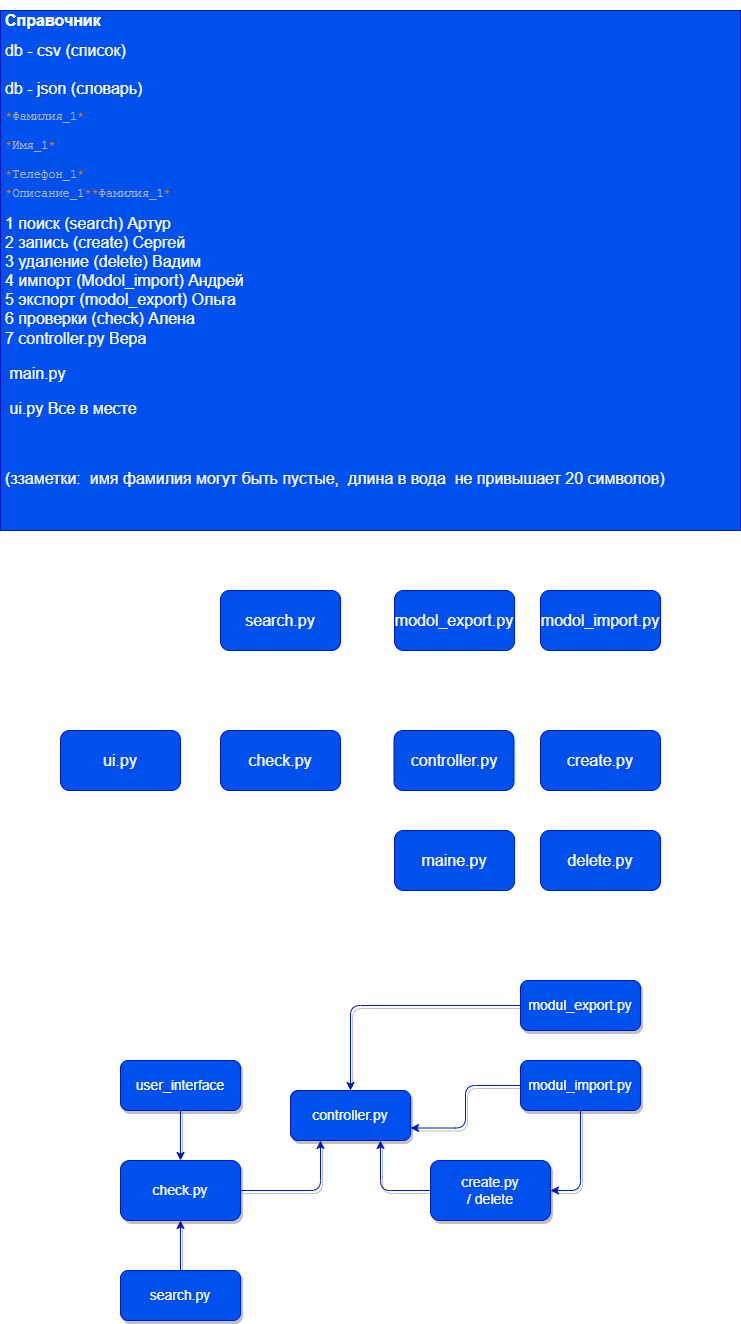
The draw.io diagram Spravochnik.png in GrafanyS/phone_directory, before a commit. Source tidied: cells renumbered, new cells last; positions are measured from the earlier drawing's top-left corner, leaving out a move shared by most shapes.
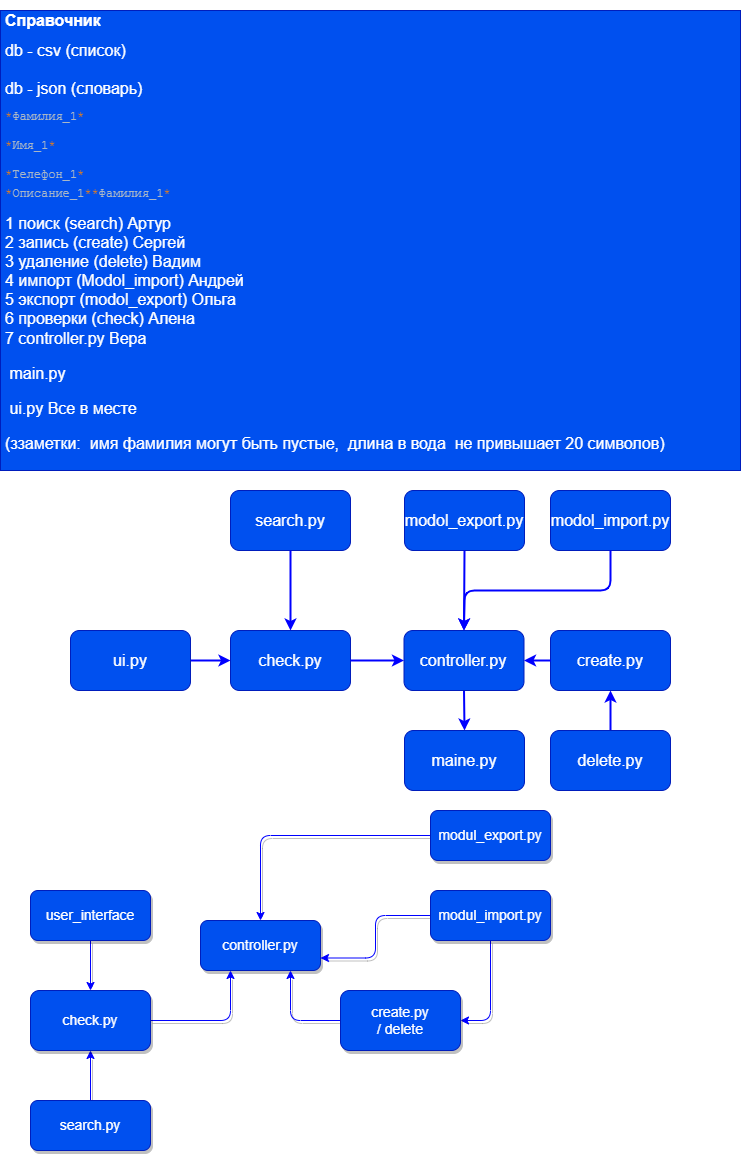
Later version of the same file.

Change to the diagram source:
```diff
@@ -1,9 +1,9 @@
-<mxGraphModel>
+<mxGraphModel background="#ffffff">
   <root>
     <mxCell id="0" />
     <mxCell id="1" parent="0" />
-    <mxCell id="2" value="&lt;h1 style=&quot;font-size: 16px&quot;&gt;&lt;font style=&quot;font-size: 16px&quot;&gt;Справочник&lt;/font&gt;&lt;/h1&gt;&lt;div&gt;&lt;font style=&quot;font-size: 16px&quot;&gt;db - csv (список)&lt;/font&gt;&lt;/div&gt;&lt;div&gt;&lt;font style=&quot;font-size: 16px&quot;&gt;&lt;br&gt;&lt;/font&gt;&lt;/div&gt;&lt;div&gt;&lt;font style=&quot;font-size: 16px&quot;&gt;db - json (словарь)&amp;nbsp;&lt;/font&gt;&lt;/div&gt;&lt;pre style=&quot;color: rgb(169 , 183 , 198) ; font-family: &amp;#34;jetbrains mono&amp;#34; , monospace&quot;&gt;&lt;span style=&quot;color: #cc7832&quot;&gt;*&lt;/span&gt;Фамилия_1&lt;span style=&quot;color: #cc7832&quot;&gt;*&lt;br&gt;&lt;/span&gt;&lt;span style=&quot;color: #cc7832&quot;&gt;&lt;br&gt;&lt;/span&gt;&lt;span style=&quot;color: #cc7832&quot;&gt;*&lt;/span&gt;Имя_1&lt;span style=&quot;color: #cc7832&quot;&gt;*&lt;br&gt;&lt;/span&gt;&lt;span style=&quot;color: #cc7832&quot;&gt;&lt;br&gt;&lt;/span&gt;&lt;span style=&quot;color: #cc7832&quot;&gt;*&lt;/span&gt;Телефон_1&lt;span style=&quot;color: #cc7832&quot;&gt;*&lt;br&gt;&lt;/span&gt;&lt;font style=&quot;color: rgb(240 , 240 , 240) ; font-family: &amp;#34;helvetica&amp;#34; ; white-space: normal ; font-size: 16px&quot;&gt;&lt;span style=&quot;font-family: &amp;#34;jetbrains mono&amp;#34; , monospace ; font-size: 12px ; color: rgb(204 , 120 , 50)&quot;&gt;*&lt;/span&gt;&lt;span style=&quot;color: rgb(169 , 183 , 198) ; font-family: &amp;#34;jetbrains mono&amp;#34; , monospace ; font-size: 12px&quot;&gt;Описание_1&lt;/span&gt;&lt;span style=&quot;font-family: &amp;#34;jetbrains mono&amp;#34; , monospace ; font-size: 12px ; color: rgb(204 , 120 , 50)&quot;&gt;*&lt;/span&gt;&lt;/font&gt;&lt;span style=&quot;white-space: normal ; color: rgb(204 , 120 , 50)&quot;&gt;*&lt;/span&gt;&lt;span style=&quot;white-space: normal&quot;&gt;Фамилия_1&lt;/span&gt;&lt;span style=&quot;white-space: normal ; color: rgb(204 , 120 , 50)&quot;&gt;*&lt;/span&gt;&lt;/pre&gt;&lt;div&gt;&lt;font style=&quot;font-size: 16px&quot;&gt;1 поиск (search) Артур&lt;/font&gt;&lt;/div&gt;&lt;div&gt;&lt;font style=&quot;font-size: 16px&quot;&gt;2 запись (create) Сергей&lt;/font&gt;&lt;/div&gt;&lt;div&gt;&lt;font style=&quot;font-size: 16px&quot;&gt;3 удаление (delete) Вадим&lt;/font&gt;&lt;/div&gt;&lt;div&gt;&lt;font style=&quot;font-size: 16px&quot;&gt;4 импорт (Modol_import) Андрей&lt;/font&gt;&lt;/div&gt;&lt;div&gt;&lt;font style=&quot;font-size: 16px&quot;&gt;5 экспорт (modol_export) Ольга&lt;/font&gt;&lt;/div&gt;&lt;div&gt;&lt;font style=&quot;font-size: 16px&quot;&gt;6 проверки (check) Алена&lt;/font&gt;&lt;/div&gt;&lt;div&gt;&lt;font style=&quot;font-size: 16px&quot;&gt;7&lt;/font&gt;&lt;span style=&quot;font-size: 16px&quot;&gt;&amp;nbsp;controller.py Вера&lt;/span&gt;&lt;/div&gt;&lt;p style=&quot;font-size: 16px&quot;&gt;&lt;font style=&quot;font-size: 16px&quot;&gt;&amp;nbsp;main.py&amp;nbsp;&lt;/font&gt;&lt;/p&gt;&lt;p style=&quot;font-size: 16px&quot;&gt;&lt;font style=&quot;font-size: 16px&quot;&gt;&amp;nbsp;ui.py Все в месте&lt;/font&gt;&lt;/p&gt;&lt;p style=&quot;font-size: 16px&quot;&gt;&lt;br&gt;&lt;/p&gt;&lt;p style=&quot;font-size: 16px&quot;&gt;(ззаметки:&amp;nbsp; имя фамилия могут быть пустые,&amp;nbsp; длина в вода&amp;nbsp; не привышает 20 символов)&lt;/p&gt;" style="text;html=1;strokeColor=#001DBC;fillColor=#0050ef;spacing=5;spacingTop=-20;whiteSpace=wrap;overflow=hidden;rounded=0;fontColor=#ffffff;" parent="1" vertex="1">
-      <mxGeometry width="740" height="520" as="geometry" />
+    <mxCell id="2" value="&lt;h1 style=&quot;font-size: 16px&quot;&gt;&lt;font style=&quot;font-size: 16px&quot;&gt;Справочник&lt;/font&gt;&lt;/h1&gt;&lt;div&gt;&lt;font style=&quot;font-size: 16px&quot;&gt;db - csv (список)&lt;/font&gt;&lt;/div&gt;&lt;div&gt;&lt;font style=&quot;font-size: 16px&quot;&gt;&lt;br&gt;&lt;/font&gt;&lt;/div&gt;&lt;div&gt;&lt;font style=&quot;font-size: 16px&quot;&gt;db - json (словарь)&amp;nbsp;&lt;/font&gt;&lt;/div&gt;&lt;pre style=&quot;color: rgb(169 , 183 , 198) ; font-family: &amp;#34;jetbrains mono&amp;#34; , monospace&quot;&gt;&lt;span style=&quot;color: #cc7832&quot;&gt;*&lt;/span&gt;Фамилия_1&lt;span style=&quot;color: #cc7832&quot;&gt;*&lt;br&gt;&lt;/span&gt;&lt;span style=&quot;color: #cc7832&quot;&gt;&lt;br&gt;&lt;/span&gt;&lt;span style=&quot;color: #cc7832&quot;&gt;*&lt;/span&gt;Имя_1&lt;span style=&quot;color: #cc7832&quot;&gt;*&lt;br&gt;&lt;/span&gt;&lt;span style=&quot;color: #cc7832&quot;&gt;&lt;br&gt;&lt;/span&gt;&lt;span style=&quot;color: #cc7832&quot;&gt;*&lt;/span&gt;Телефон_1&lt;span style=&quot;color: #cc7832&quot;&gt;*&lt;br&gt;&lt;/span&gt;&lt;font style=&quot;color: rgb(240 , 240 , 240) ; font-family: &amp;#34;helvetica&amp;#34; ; white-space: normal ; font-size: 16px&quot;&gt;&lt;span style=&quot;font-family: &amp;#34;jetbrains mono&amp;#34; , monospace ; font-size: 12px ; color: rgb(204 , 120 , 50)&quot;&gt;*&lt;/span&gt;&lt;span style=&quot;color: rgb(169 , 183 , 198) ; font-family: &amp;#34;jetbrains mono&amp;#34; , monospace ; font-size: 12px&quot;&gt;Описание_1&lt;/span&gt;&lt;span style=&quot;font-family: &amp;#34;jetbrains mono&amp;#34; , monospace ; font-size: 12px ; color: rgb(204 , 120 , 50)&quot;&gt;*&lt;/span&gt;&lt;/font&gt;&lt;span style=&quot;white-space: normal ; color: rgb(204 , 120 , 50)&quot;&gt;*&lt;/span&gt;&lt;span style=&quot;white-space: normal&quot;&gt;Фамилия_1&lt;/span&gt;&lt;span style=&quot;white-space: normal ; color: rgb(204 , 120 , 50)&quot;&gt;*&lt;/span&gt;&lt;/pre&gt;&lt;div&gt;&lt;font style=&quot;font-size: 16px&quot;&gt;1 поиск (search) Артур&lt;/font&gt;&lt;/div&gt;&lt;div&gt;&lt;font style=&quot;font-size: 16px&quot;&gt;2 запись (create) Сергей&lt;/font&gt;&lt;/div&gt;&lt;div&gt;&lt;font style=&quot;font-size: 16px&quot;&gt;3 удаление (delete) Вадим&lt;/font&gt;&lt;/div&gt;&lt;div&gt;&lt;font style=&quot;font-size: 16px&quot;&gt;4 импорт (Modol_import) Андрей&lt;/font&gt;&lt;/div&gt;&lt;div&gt;&lt;font style=&quot;font-size: 16px&quot;&gt;5 экспорт (modol_export) Ольга&lt;/font&gt;&lt;/div&gt;&lt;div&gt;&lt;font style=&quot;font-size: 16px&quot;&gt;6 проверки (check) Алена&lt;/font&gt;&lt;/div&gt;&lt;div&gt;&lt;font style=&quot;font-size: 16px&quot;&gt;7&lt;/font&gt;&lt;span style=&quot;font-size: 16px&quot;&gt;&amp;nbsp;controller.py Вера&lt;/span&gt;&lt;/div&gt;&lt;p style=&quot;font-size: 16px&quot;&gt;&lt;font style=&quot;font-size: 16px&quot;&gt;&amp;nbsp;main.py&amp;nbsp;&lt;/font&gt;&lt;/p&gt;&lt;p style=&quot;font-size: 16px&quot;&gt;&lt;font style=&quot;font-size: 16px&quot;&gt;&amp;nbsp;ui.py Все в месте&lt;/font&gt;&lt;/p&gt;&lt;p style=&quot;font-size: 16px&quot;&gt;&lt;span&gt;(ззаметки:&amp;nbsp; имя фамилия могут быть пустые,&amp;nbsp; длина в вода&amp;nbsp; не привышает 20 символов)&lt;/span&gt;&lt;br&gt;&lt;/p&gt;" style="text;html=1;strokeColor=#001DBC;fillColor=#0050ef;spacing=5;spacingTop=-20;whiteSpace=wrap;overflow=hidden;rounded=0;fontColor=#ffffff;" parent="1" vertex="1">
+      <mxGeometry x="-10" y="100" width="740" height="460" as="geometry" />
     </mxCell>
     <mxCell id="3" style="edgeStyle=none;html=1;exitX=0.5;exitY=1;exitDx=0;exitDy=0;entryX=0.5;entryY=0;entryDx=0;entryDy=0;strokeColor=#FFFFFF;strokeWidth=2;" parent="1" edge="1" source="4" target="14">
       <mxGeometry relative="1" as="geometry" />
@@ -17,7 +17,7 @@
     <mxCell id="6" value="create.py" style="rounded=1;whiteSpace=wrap;html=1;fontSize=16;fillColor=#0050ef;fontColor=#FFFFFF;strokeColor=#001DBC;" parent="1" vertex="1">
       <mxGeometry x="540" y="720" width="120" height="60" as="geometry" />
     </mxCell>
-    <mxCell id="7" style="edgeStyle=none;html=1;exitX=0.5;exitY=0;exitDx=0;exitDy=0;entryX=0.5;entryY=1;entryDx=0;entryDy=0;strokeColor=#FFFFFF;strokeWidth=2;" parent="1" edge="1" source="8" target="6">
+    <mxCell id="7" style="edgeStyle=none;html=1;exitX=0.5;exitY=0;exitDx=0;exitDy=0;entryX=0.5;entryY=1;entryDx=0;entryDy=0;strokeColor=#0000FF;strokeWidth=2;" parent="1" edge="1" source="8" target="6">
       <mxGeometry relative="1" as="geometry" />
     </mxCell>
     <mxCell id="8" value="delete.py" style="rounded=1;whiteSpace=wrap;html=1;fontSize=16;fillColor=#0050ef;fontColor=#FFFFFF;strokeColor=#001DBC;" parent="1" vertex="1">
@@ -46,7 +46,7 @@
     <mxCell id="14" value="check.py" style="rounded=1;whiteSpace=wrap;html=1;fontSize=16;fillColor=#0050ef;fontColor=#FFFFFF;strokeColor=#001DBC;" parent="1" vertex="1">
       <mxGeometry x="220" y="720" width="120" height="60" as="geometry" />
     </mxCell>
-    <mxCell id="15" style="edgeStyle=none;html=1;exitX=0.5;exitY=1;exitDx=0;exitDy=0;entryX=0.5;entryY=0;entryDx=0;entryDy=0;strokeColor=#FFFFFF;strokeWidth=2;" parent="1" edge="1" source="16" target="17">
+    <mxCell id="15" style="edgeStyle=none;html=1;exitX=0.5;exitY=1;exitDx=0;exitDy=0;entryX=0.5;entryY=0;entryDx=0;entryDy=0;strokeColor=#0000FF;strokeWidth=2;" parent="1" edge="1" source="16" target="17">
       <mxGeometry relative="1" as="geometry" />
     </mxCell>
     <mxCell id="16" value="controller.py" style="rounded=1;whiteSpace=wrap;html=1;fontSize=16;fillColor=#0050ef;fontColor=#FFFFFF;strokeColor=#001DBC;" parent="1" vertex="1">
@@ -55,53 +55,87 @@
     <mxCell id="17" value="maine.py" style="rounded=1;whiteSpace=wrap;html=1;fontSize=16;fillColor=#0050ef;fontColor=#FFFFFF;strokeColor=#001DBC;" parent="1" vertex="1">
       <mxGeometry x="394" y="820" width="120" height="60" as="geometry" />
     </mxCell>
-    <mxCell id="18" style="edgeStyle=none;html=1;exitX=1;exitY=0.5;exitDx=0;exitDy=0;strokeColor=#FFFFFF;strokeWidth=2;" parent="1" edge="1" source="19" target="14">
+    <mxCell id="18" style="edgeStyle=none;html=1;exitX=1;exitY=0.5;exitDx=0;exitDy=0;strokeColor=#0000FF;strokeWidth=2;" parent="1" edge="1" source="19" target="14">
       <mxGeometry relative="1" as="geometry" />
     </mxCell>
     <mxCell id="19" value="ui.py" style="rounded=1;whiteSpace=wrap;html=1;fontSize=16;fillColor=#0050ef;fontColor=#FFFFFF;strokeColor=#001DBC;" parent="1" vertex="1">
       <mxGeometry x="60" y="720" width="120" height="60" as="geometry" />
     </mxCell>
     <mxCell id="20" value="controller.py" style="rounded=1;whiteSpace=wrap;html=1;fillColor=#0050ef;fontColor=#FFFFFF;strokeColor=#001DBC;fontSize=14;shadow=1;sketch=0;" parent="1" vertex="1">
-      <mxGeometry x="290" y="1080" width="120" height="50" as="geometry" />
+      <mxGeometry x="190" y="1010" width="120" height="50" as="geometry" />
     </mxCell>
-    <mxCell id="21" style="edgeStyle=orthogonalEdgeStyle;rounded=1;jettySize=auto;html=1;entryX=0.5;entryY=1;entryDx=0;entryDy=0;fontColor=#FFFFFF;fillColor=#0050ef;strokeColor=#001DBC;fontSize=14;shadow=1;sketch=0;" parent="1" edge="1" source="22" target="24">
+    <mxCell id="21" style="edgeStyle=orthogonalEdgeStyle;rounded=1;jettySize=auto;html=1;entryX=0.5;entryY=1;entryDx=0;entryDy=0;fontColor=#FFFFFF;fillColor=#0050ef;strokeColor=#0000FF;fontSize=14;shadow=1;sketch=0;" parent="1" edge="1" source="22" target="24">
       <mxGeometry relative="1" as="geometry" />
     </mxCell>
     <mxCell id="22" value="search.py" style="rounded=1;whiteSpace=wrap;html=1;fillColor=#0050ef;fontColor=#FFFFFF;strokeColor=#001DBC;fontSize=14;shadow=1;sketch=0;" parent="1" vertex="1">
-      <mxGeometry x="120" y="1260" width="120" height="50" as="geometry" />
+      <mxGeometry x="20" y="1190" width="120" height="50" as="geometry" />
     </mxCell>
-    <mxCell id="23" style="edgeStyle=orthogonalEdgeStyle;rounded=1;jettySize=auto;html=1;entryX=0.25;entryY=1;entryDx=0;entryDy=0;fontColor=#FFFFFF;fillColor=#0050ef;strokeColor=#001DBC;fontSize=14;shadow=1;sketch=0;" parent="1" edge="1" source="24" target="20">
+    <mxCell id="23" style="edgeStyle=orthogonalEdgeStyle;rounded=1;jettySize=auto;html=1;entryX=0.25;entryY=1;entryDx=0;entryDy=0;fontColor=#FFFFFF;fillColor=#0050ef;strokeColor=#0000FF;fontSize=14;shadow=1;sketch=0;" parent="1" edge="1" source="24" target="20">
       <mxGeometry relative="1" as="geometry" />
     </mxCell>
     <mxCell id="24" value="&lt;font style=&quot;font-size: 14px;&quot;&gt;check.py&lt;/font&gt;" style="rounded=1;whiteSpace=wrap;html=1;fontColor=#FFFFFF;fillColor=#0050ef;strokeColor=#001DBC;fontSize=14;shadow=1;sketch=0;" parent="1" vertex="1">
-      <mxGeometry x="120" y="1150" width="120" height="60" as="geometry" />
+      <mxGeometry x="20" y="1080" width="120" height="60" as="geometry" />
     </mxCell>
-    <mxCell id="25" style="edgeStyle=orthogonalEdgeStyle;rounded=1;jettySize=auto;html=1;entryX=0.5;entryY=0;entryDx=0;entryDy=0;fontColor=#FFFFFF;fillColor=#0050ef;strokeColor=#001DBC;fontSize=14;shadow=1;sketch=0;" parent="1" edge="1" source="26" target="24">
+    <mxCell id="25" style="edgeStyle=orthogonalEdgeStyle;rounded=1;jettySize=auto;html=1;entryX=0.5;entryY=0;entryDx=0;entryDy=0;fontColor=#FFFFFF;fillColor=#0050ef;strokeColor=#0000FF;fontSize=14;shadow=1;sketch=0;" parent="1" edge="1" source="26" target="24">
       <mxGeometry relative="1" as="geometry" />
     </mxCell>
     <mxCell id="26" value="user_interface" style="rounded=1;whiteSpace=wrap;html=1;fontColor=#FFFFFF;fillColor=#0050ef;strokeColor=#001DBC;fontSize=14;shadow=1;sketch=0;" parent="1" vertex="1">
-      <mxGeometry x="120" y="1050" width="120" height="50" as="geometry" />
+      <mxGeometry x="20" y="980" width="120" height="50" as="geometry" />
     </mxCell>
-    <mxCell id="27" style="edgeStyle=orthogonalEdgeStyle;rounded=1;jettySize=auto;html=1;entryX=1;entryY=0.75;entryDx=0;entryDy=0;fontColor=#FFFFFF;fillColor=#0050ef;strokeColor=#001DBC;fontSize=14;shadow=1;sketch=0;" parent="1" edge="1" source="29" target="20">
+    <mxCell id="27" style="edgeStyle=orthogonalEdgeStyle;rounded=1;jettySize=auto;html=1;entryX=1;entryY=0.75;entryDx=0;entryDy=0;fontColor=#FFFFFF;fillColor=#0050ef;strokeColor=#0000FF;fontSize=14;shadow=1;sketch=0;" parent="1" edge="1" source="29" target="20">
       <mxGeometry relative="1" as="geometry" />
     </mxCell>
-    <mxCell id="28" style="edgeStyle=orthogonalEdgeStyle;rounded=1;jettySize=auto;html=1;entryX=1;entryY=0.5;entryDx=0;entryDy=0;fontColor=#FFFFFF;fillColor=#0050ef;strokeColor=#001DBC;fontSize=14;shadow=1;sketch=0;" parent="1" edge="1" source="29" target="33">
+    <mxCell id="28" style="edgeStyle=orthogonalEdgeStyle;rounded=1;jettySize=auto;html=1;entryX=1;entryY=0.5;entryDx=0;entryDy=0;fontColor=#FFFFFF;fillColor=#0050ef;strokeColor=#0000FF;fontSize=14;shadow=1;sketch=0;" parent="1" edge="1" source="29" target="33">
       <mxGeometry relative="1" as="geometry" />
     </mxCell>
     <mxCell id="29" value="modul_import.py" style="rounded=1;whiteSpace=wrap;html=1;fontColor=#FFFFFF;fillColor=#0050ef;strokeColor=#001DBC;fontSize=14;shadow=1;sketch=0;" parent="1" vertex="1">
-      <mxGeometry x="520" y="1050" width="120" height="50" as="geometry" />
+      <mxGeometry x="420" y="980" width="120" height="50" as="geometry" />
     </mxCell>
-    <mxCell id="30" style="edgeStyle=orthogonalEdgeStyle;rounded=1;jettySize=auto;html=1;exitX=0;exitY=0.5;exitDx=0;exitDy=0;entryX=0.5;entryY=0;entryDx=0;entryDy=0;fontColor=#FFFFFF;fillColor=#0050ef;strokeColor=#001DBC;fontSize=14;shadow=1;sketch=0;" parent="1" edge="1" source="31" target="20">
+    <mxCell id="30" style="edgeStyle=orthogonalEdgeStyle;rounded=1;jettySize=auto;html=1;exitX=0;exitY=0.5;exitDx=0;exitDy=0;entryX=0.5;entryY=0;entryDx=0;entryDy=0;fontColor=#FFFFFF;fillColor=#0050ef;strokeColor=#0000FF;fontSize=14;shadow=1;sketch=0;" parent="1" edge="1" source="31" target="20">
       <mxGeometry relative="1" as="geometry" />
     </mxCell>
     <mxCell id="31" value="modul_export.py" style="rounded=1;whiteSpace=wrap;html=1;fontColor=#FFFFFF;fillColor=#0050ef;strokeColor=#001DBC;fontSize=14;shadow=1;sketch=0;" parent="1" vertex="1">
-      <mxGeometry x="520" y="970" width="120" height="50" as="geometry" />
+      <mxGeometry x="420" y="900" width="120" height="50" as="geometry" />
     </mxCell>
-    <mxCell id="32" style="edgeStyle=orthogonalEdgeStyle;rounded=1;jettySize=auto;html=1;entryX=0.75;entryY=1;entryDx=0;entryDy=0;fontColor=#FFFFFF;fillColor=#0050ef;strokeColor=#001DBC;fontSize=14;shadow=1;sketch=0;" parent="1" edge="1" source="33" target="20">
+    <mxCell id="32" style="edgeStyle=orthogonalEdgeStyle;rounded=1;jettySize=auto;html=1;entryX=0.75;entryY=1;entryDx=0;entryDy=0;fontColor=#FFFFFF;fillColor=#0050ef;strokeColor=#0000FF;fontSize=14;shadow=1;sketch=0;" parent="1" edge="1" source="33" target="20">
       <mxGeometry relative="1" as="geometry" />
     </mxCell>
     <mxCell id="33" value="create.py&lt;br style=&quot;font-size: 14px;&quot;&gt;/ delete" style="rounded=1;whiteSpace=wrap;html=1;fontColor=#FFFFFF;fillColor=#0050ef;strokeColor=#001DBC;fontSize=14;shadow=1;sketch=0;" parent="1" vertex="1">
-      <mxGeometry x="430" y="1150" width="120" height="60" as="geometry" />
+      <mxGeometry x="330" y="1080" width="120" height="60" as="geometry" />
     </mxCell>
+    <mxCell id="34" style="edgeStyle=none;html=1;exitX=0.5;exitY=1;exitDx=0;exitDy=0;entryX=0.5;entryY=0;entryDx=0;entryDy=0;strokeColor=#0000FF;strokeWidth=2;" parent="1" edge="1">
+      <mxGeometry relative="1" as="geometry">
+        <mxPoint x="280" y="640" as="sourcePoint" />
+        <mxPoint x="280" y="720" as="targetPoint" />
+      </mxGeometry>
+    </mxCell>
+    <mxCell id="35" style="edgeStyle=none;html=1;exitX=0.5;exitY=1;exitDx=0;exitDy=0;entryX=0.5;entryY=0;entryDx=0;entryDy=0;strokeColor=#0000FF;strokeWidth=2;" parent="1" edge="1">
+      <mxGeometry relative="1" as="geometry">
+        <mxPoint x="454" y="640" as="sourcePoint" />
+        <mxPoint x="453.5" y="720" as="targetPoint" />
+      </mxGeometry>
+    </mxCell>
+    <mxCell id="36" style="edgeStyle=none;html=1;exitX=0.5;exitY=1;exitDx=0;exitDy=0;entryX=0.5;entryY=0;entryDx=0;entryDy=0;strokeColor=#0000FF;strokeWidth=2;" parent="1" edge="1">
+      <mxGeometry relative="1" as="geometry">
+        <mxPoint x="600" y="640" as="sourcePoint" />
+        <mxPoint x="453.5" y="720" as="targetPoint" />
+        <Array as="points">
+          <mxPoint x="600" y="680" />
+          <mxPoint x="454" y="680" />
+        </Array>
+      </mxGeometry>
+    </mxCell>
+    <mxCell id="37" style="edgeStyle=none;html=1;exitX=0;exitY=0.5;exitDx=0;exitDy=0;entryX=1;entryY=0.5;entryDx=0;entryDy=0;strokeColor=#0000FF;strokeWidth=2;" parent="1" edge="1">
+      <mxGeometry relative="1" as="geometry">
+        <mxPoint x="540" y="750" as="sourcePoint" />
+        <mxPoint x="513.5" y="750" as="targetPoint" />
+      </mxGeometry>
+    </mxCell>
+    <mxCell id="38" style="edgeStyle=none;html=1;exitX=1;exitY=0.5;exitDx=0;exitDy=0;entryX=0;entryY=0.5;entryDx=0;entryDy=0;strokeColor=#0000FF;strokeWidth=2;" parent="1" edge="1">
+      <mxGeometry relative="1" as="geometry">
+        <mxPoint x="340" y="750" as="sourcePoint" />
+        <mxPoint x="393.5" y="750" as="targetPoint" />
+      </mxGeometry>
+    </mxCell>
   </root>
 </mxGraphModel>
```
